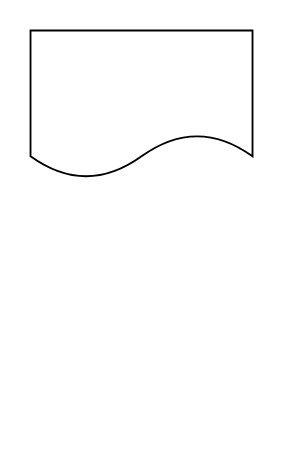
Above: test.drawio in shinji3887/tapdtest (draw.io), before the change. Source tidied: cells renumbered, new cells numbered last; positions are measured from the earlier drawing's top-left corner, leaving out a move shared by most shapes. Both pictures are drawn from the tidied source at 185%, with x=0, y=0 at pixel (30, 30).
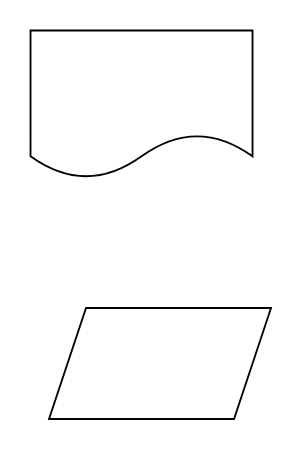
After the change.

What changed in the source:
```diff
@@
 <mxGraphModel>
   <root>
     <mxCell id="0" />
     <mxCell id="1" parent="0" />
     <mxCell id="2" style="shape=document;whiteSpace=wrap;html=1;boundedLbl=1;" parent="1" vertex="1">
       <mxGeometry width="120" height="80" as="geometry" />
     </mxCell>
+    <mxCell id="3" style="shape=parallelogram;perimeter=parallelogramPerimeter;whiteSpace=wrap;html=1;fixedSize=1;" parent="1" vertex="1">
+      <mxGeometry x="10" y="150" width="120" height="60" as="geometry" />
+    </mxCell>
   </root>
 </mxGraphModel>
```
